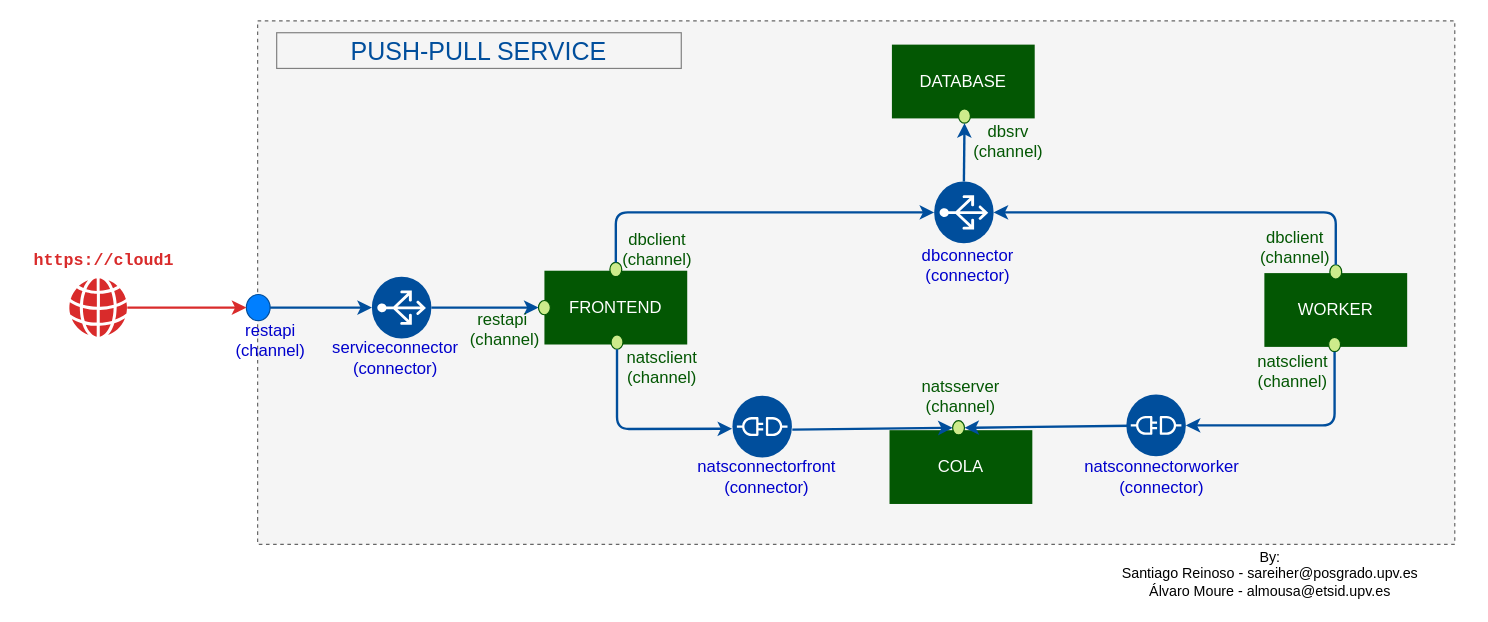
Alvaroms98/CloudComputing_PushPull keeps this draw.io diagram as imagenes/push-pull.drawio. Above is the earlier version. Source tidied: cells renumbered, new cells numbered last; positions are measured from the earlier drawing's top-left corner, leaving out a move shared by most shapes. Both pictures are drawn from the tidied source at 119%, with x=0, y=0 at pixel (19, 20).
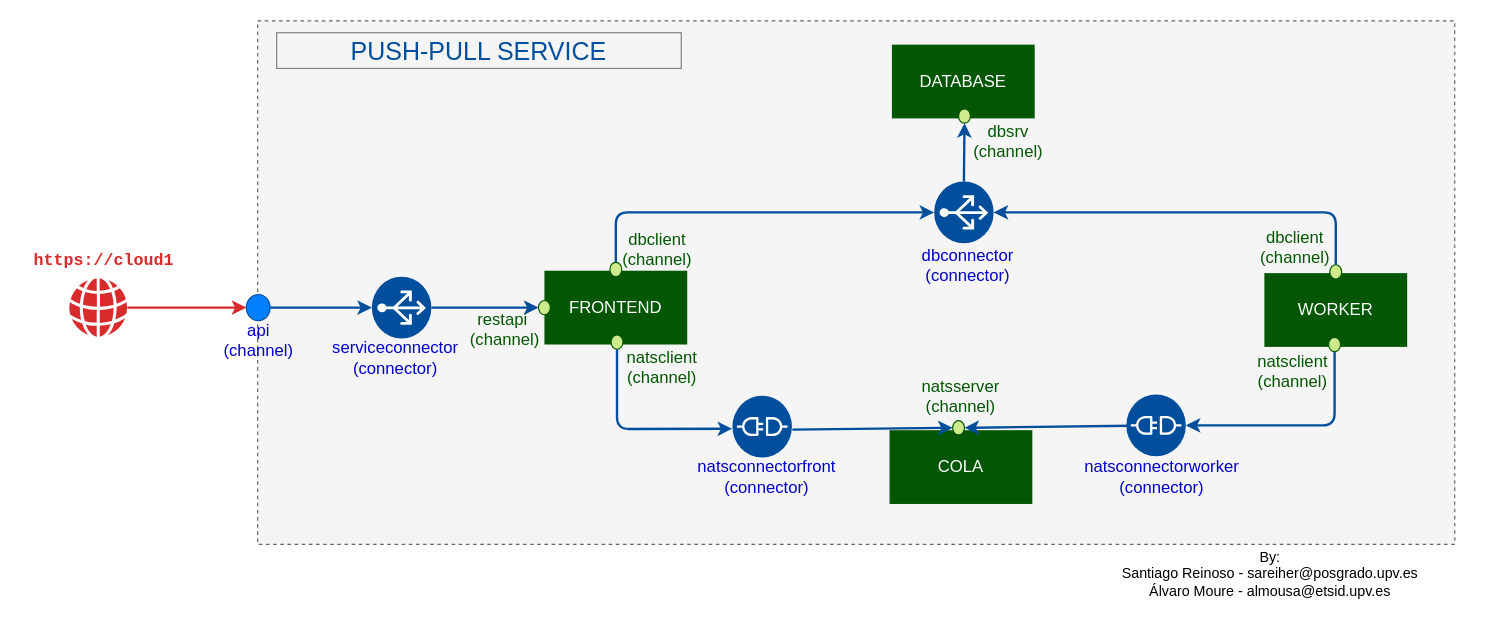
The same page after the edit.

Commit message (it also covers changes not shown here):
[README.md] - Subiendo diagrama kumori paas

The edit, as a diff of the source:
```diff
@@
-    <mxCell id="14" value="&lt;font style=&quot;font-size: 14px&quot;&gt;&lt;font style=&quot;font-size: 14px&quot;&gt;restapi&lt;br&gt;&lt;/font&gt;(channel)&lt;br style=&quot;font-size: 14px&quot;&gt;&lt;/font&gt;" style="text;html=1;strokeColor=none;fillColor=none;align=center;verticalAlign=middle;whiteSpace=wrap;rounded=0;fontSize=14;fontColor=#0000CC;" parent="1" vertex="1">
-      <mxGeometry x="190.5" y="256.5" width="40" height="22" as="geometry" />
+    <mxCell id="14" value="&lt;font style=&quot;font-size: 14px&quot;&gt;&lt;font style=&quot;font-size: 14px&quot;&gt;api&lt;br&gt;&lt;/font&gt;(channel)&lt;br style=&quot;font-size: 14px&quot;&gt;&lt;/font&gt;" style="text;html=1;strokeColor=none;fillColor=none;align=center;verticalAlign=middle;whiteSpace=wrap;rounded=0;fontSize=14;fontColor=#0000CC;" parent="1" vertex="1">
+      <mxGeometry x="180.5" y="256.5" width="40" height="22" as="geometry" />
     </mxCell>
```
